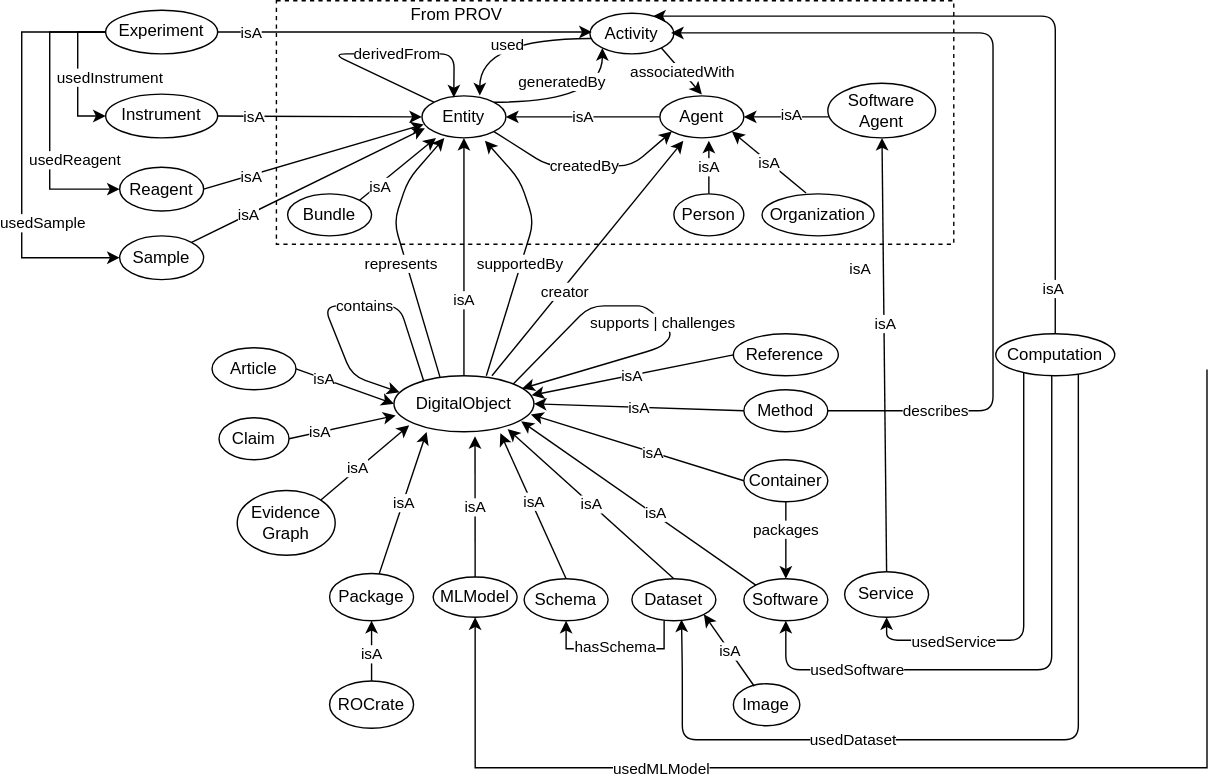
fairscape/EVI keeps this draw.io diagram as resources/images/v13/EVI-v-1-3.svg. Above is the earlier version. Source tidied: cells renumbered, new cells last; positions are measured from the earlier drawing's top-left corner, leaving out a move shared by most shapes.
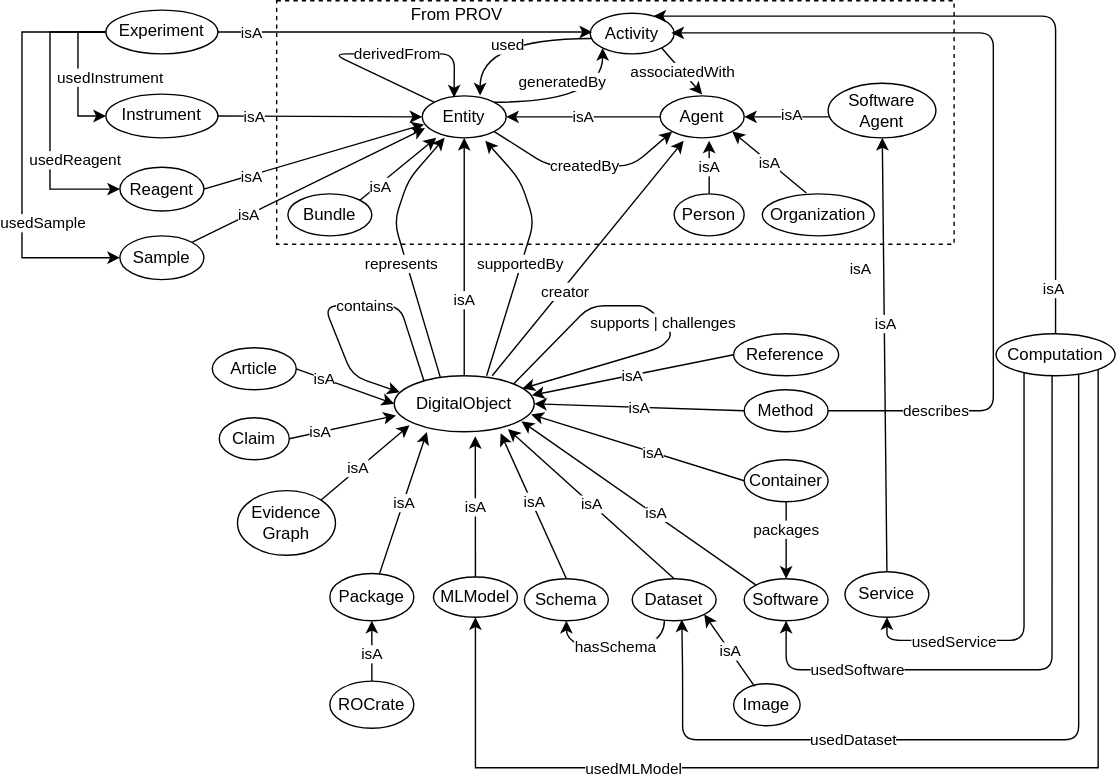
After the change.

Diff of the diagram source:
```diff
@@ -228,11 +228,10 @@
         <mxPoint x="-41" y="191" as="offset" />
       </mxGeometry>
     </mxCell>
-    <mxCell id="53" style="edgeStyle=orthogonalEdgeStyle;rounded=0;jettySize=auto;html=1;exitX=1;exitY=1;exitDx=0;exitDy=0;entryX=0.5;entryY=1;entryDx=0;entryDy=0;" parent="1" edge="1" target="35">
+    <mxCell id="53" style="edgeStyle=orthogonalEdgeStyle;rounded=0;jettySize=auto;html=1;exitX=1;exitY=1;exitDx=0;exitDy=0;entryX=0.5;entryY=1;entryDx=0;entryDy=0;" parent="1" edge="1" source="55" target="35">
       <mxGeometry relative="1" as="geometry">
-        <mxPoint x="846.9" y="263.5" as="sourcePoint" />
         <Array as="points">
-          <mxPoint x="847" y="548" />
+          <mxPoint x="769" y="548" />
           <mxPoint x="324" y="548" />
         </Array>
       </mxGeometry>
@@ -502,7 +501,7 @@
     <mxCell id="118" value="isA" style="edgeLabel;html=1;align=center;verticalAlign=middle;" parent="117" vertex="1">
       <mxGeometry x="-0.51" relative="1" as="geometry" />
     </mxCell>
-    <mxCell id="119" style="rounded=0;jettySize=auto;html=1;exitX=0.384;exitY=0.995;exitDx=0;exitDy=0;entryX=0.5;entryY=1;entryDx=0;entryDy=0;exitPerimeter=0;edgeStyle=orthogonalEdgeStyle;" parent="1" edge="1" source="57" target="83">
+    <mxCell id="119" style="rounded=0;jettySize=auto;html=1;exitX=0.384;exitY=0.995;exitDx=0;exitDy=0;entryX=0.5;entryY=1;entryDx=0;entryDy=0;exitPerimeter=0;edgeStyle=orthogonalEdgeStyle;curved=1;" parent="1" edge="1" source="57" target="83">
       <mxGeometry relative="1" as="geometry" />
     </mxCell>
     <mxCell id="120" value="hasSchema" style="edgeLabel;html=1;align=center;verticalAlign=middle;" parent="119" vertex="1">
```
